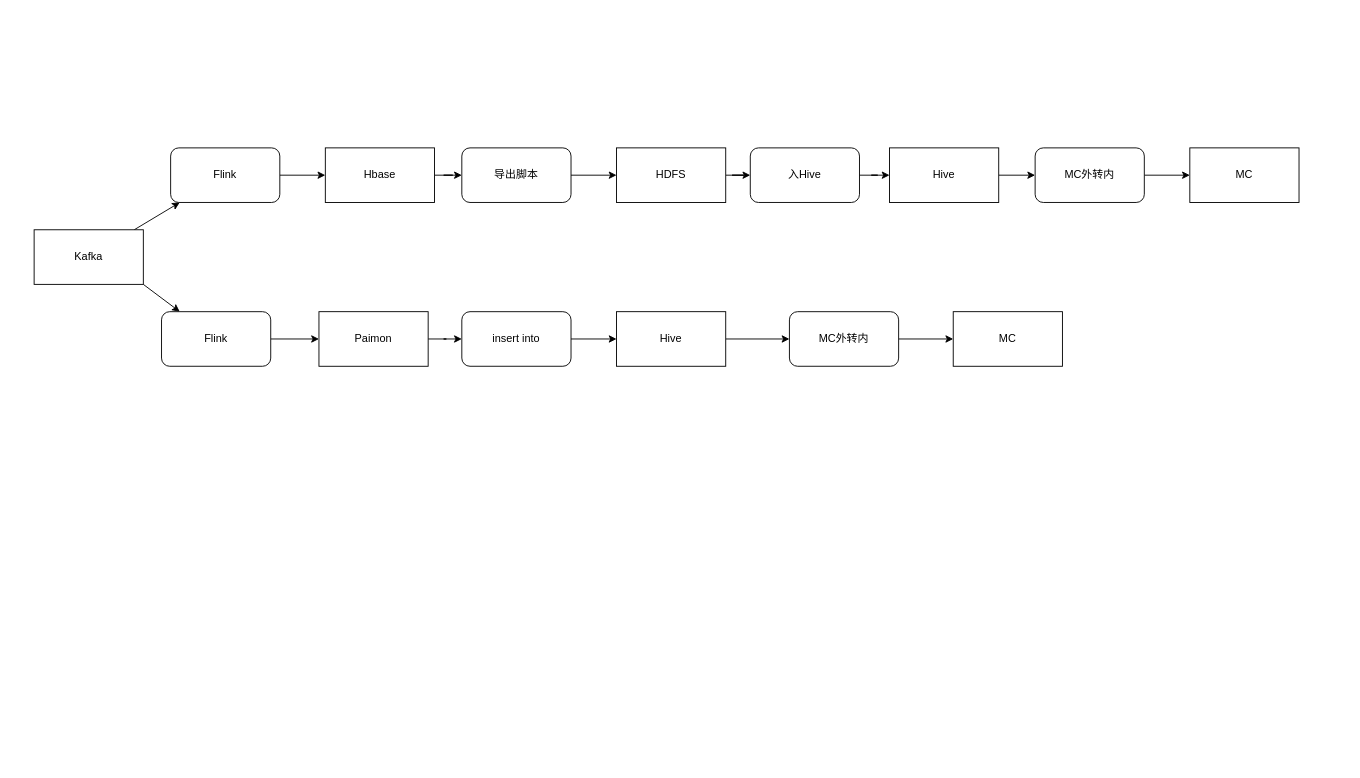
Earlier version of the draw.io diagram CDH迁移示意图.drawio (ZuoZhiGouYouZhi/First). Source tidied: cells renumbered, new cells numbered last; positions are measured from the earlier drawing's top-left corner, leaving out a move shared by most shapes. Both pictures are drawn from the tidied source at 91%, with x=0, y=0 at pixel (34, 147).
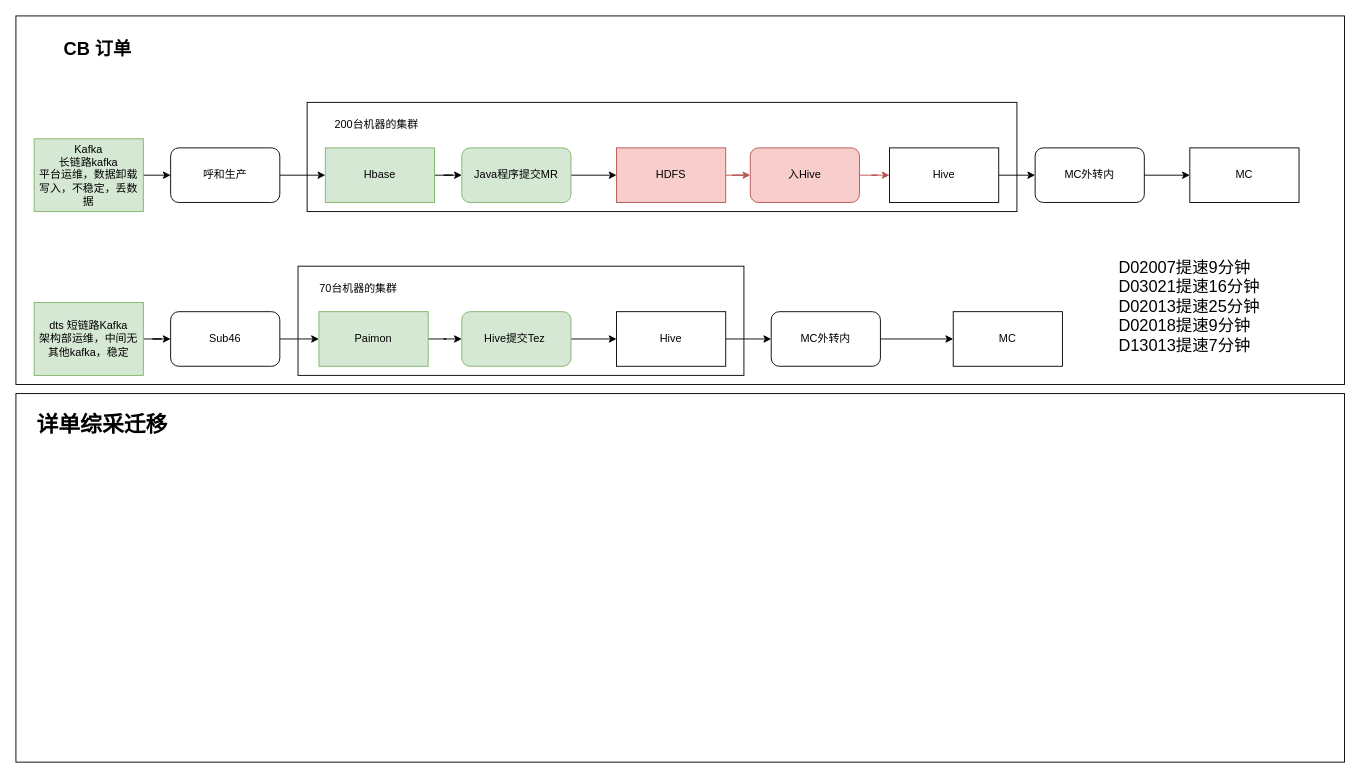
After the change.

Unchanged cells that the change refers to:
```xml
<mxCell id="16" value="Hive" style="rounded=0;whiteSpace=wrap;html=1;" parent="1" vertex="1">
  <mxGeometry x="940" width="120" height="60" as="geometry" />
</mxCell>
```

The edit, as a diff of the source:
```diff
@@
+    <mxCell id="31" style="rounded=0;whiteSpace=wrap;html=1;" parent="1" vertex="1">
+      <mxGeometry x="-20" y="270" width="1460" height="405" as="geometry" />
+    </mxCell>
+    <mxCell id="32" style="rounded=0;whiteSpace=wrap;html=1;" parent="1" vertex="1">
+      <mxGeometry x="-20" y="-145" width="1460" height="405" as="geometry" />
+    </mxCell>
+    <mxCell id="33" style="rounded=0;whiteSpace=wrap;html=1;" parent="1" vertex="1">
+      <mxGeometry x="290" y="130" width="490" height="120" as="geometry" />
+    </mxCell>
+    <mxCell id="34" style="rounded=0;whiteSpace=wrap;html=1;" parent="1" vertex="1">
+      <mxGeometry x="300" y="-50" width="780" height="120" as="geometry" />
+    </mxCell>
@@
-    <mxCell id="3" style="rounded=0;jettySize=auto;html=1;exitX=1;exitY=1;exitDx=0;exitDy=0;" parent="1" edge="1" source="4" target="21">
-      <mxGeometry relative="1" as="geometry" />
-    </mxCell>
-    <mxCell id="4" value="Kafka" style="rounded=0;whiteSpace=wrap;html=1;" parent="1" vertex="1">
-      <mxGeometry y="90" width="120" height="60" as="geometry" />
+    <mxCell id="4" value="Kafka&lt;div&gt;长链路kafka&lt;/div&gt;&lt;div&gt;平台运维，数据卸载写入，不稳定，丢数据&lt;/div&gt;" style="rounded=0;whiteSpace=wrap;html=1;fillColor=#d5e8d4;strokeColor=#82b366;" parent="1" vertex="1">
+      <mxGeometry y="-10" width="120" height="80" as="geometry" />
     </mxCell>
@@
-    <mxCell id="6" value="Flink" style="rounded=1;whiteSpace=wrap;html=1;" parent="1" vertex="1">
+    <mxCell id="6" value="呼和生产" style="rounded=1;whiteSpace=wrap;html=1;" parent="1" vertex="1">
       <mxGeometry x="150" width="120" height="60" as="geometry" />
     </mxCell>
@@
-    <mxCell id="8" value="Hbase" style="rounded=0;whiteSpace=wrap;html=1;" parent="1" vertex="1">
+    <mxCell id="8" value="Hbase" style="rounded=0;whiteSpace=wrap;html=1;fillColor=#d5e8d4;strokeColor=#82b366;" parent="1" vertex="1">
       <mxGeometry x="320" width="120" height="60" as="geometry" />
     </mxCell>
@@
-    <mxCell id="10" value="导出脚本" style="rounded=1;whiteSpace=wrap;html=1;" parent="1" vertex="1">
+    <mxCell id="10" value="Java程序提交MR" style="rounded=1;whiteSpace=wrap;html=1;fillColor=#d5e8d4;strokeColor=#82b366;" parent="1" vertex="1">
       <mxGeometry x="470" width="120" height="60" as="geometry" />
     </mxCell>
-    <mxCell id="11" style="edgeStyle=orthogonalEdgeStyle;rounded=0;jettySize=auto;html=1;" parent="1" edge="1" source="12" target="14">
+    <mxCell id="11" style="edgeStyle=orthogonalEdgeStyle;rounded=0;jettySize=auto;html=1;fillColor=#f8cecc;strokeColor=#b85450;" parent="1" edge="1" source="12" target="14">
       <mxGeometry relative="1" as="geometry" />
     </mxCell>
-    <mxCell id="12" value="HDFS" style="rounded=0;whiteSpace=wrap;html=1;" parent="1" vertex="1">
+    <mxCell id="12" value="HDFS" style="rounded=0;whiteSpace=wrap;html=1;fillColor=#f8cecc;strokeColor=#b85450;" parent="1" vertex="1">
       <mxGeometry x="640" width="120" height="60" as="geometry" />
     </mxCell>
-    <mxCell id="13" style="edgeStyle=orthogonalEdgeStyle;rounded=0;jettySize=auto;html=1;" parent="1" edge="1" source="14" target="16">
+    <mxCell id="13" style="edgeStyle=orthogonalEdgeStyle;rounded=0;jettySize=auto;html=1;fillColor=#f8cecc;strokeColor=#b85450;" parent="1" edge="1" source="14" target="16">
       <mxGeometry relative="1" as="geometry" />
     </mxCell>
-    <mxCell id="14" value="入Hive" style="rounded=1;whiteSpace=wrap;html=1;" parent="1" vertex="1">
+    <mxCell id="14" value="入Hive" style="rounded=1;whiteSpace=wrap;html=1;fillColor=#f8cecc;strokeColor=#b85450;" parent="1" vertex="1">
       <mxGeometry x="787" width="120" height="60" as="geometry" />
     </mxCell>
@@
-    <mxCell id="21" value="Flink" style="rounded=1;whiteSpace=wrap;html=1;" parent="1" vertex="1">
-      <mxGeometry x="140" y="180" width="120" height="60" as="geometry" />
+    <mxCell id="21" value="Sub46" style="rounded=1;whiteSpace=wrap;html=1;" parent="1" vertex="1">
+      <mxGeometry x="150" y="180" width="120" height="60" as="geometry" />
     </mxCell>
@@
-    <mxCell id="23" value="Paimon" style="rounded=0;whiteSpace=wrap;html=1;" parent="1" vertex="1">
+    <mxCell id="23" value="Paimon" style="rounded=0;whiteSpace=wrap;html=1;fillColor=#d5e8d4;strokeColor=#82b366;" parent="1" vertex="1">
       <mxGeometry x="313" y="180" width="120" height="60" as="geometry" />
     </mxCell>
@@
-    <mxCell id="25" value="insert into" style="rounded=1;whiteSpace=wrap;html=1;" parent="1" vertex="1">
+    <mxCell id="25" value="Hive提交Tez&amp;nbsp;" style="rounded=1;whiteSpace=wrap;html=1;fillColor=#d5e8d4;strokeColor=#82b366;" parent="1" vertex="1">
       <mxGeometry x="470" y="180" width="120" height="60" as="geometry" />
     </mxCell>
@@
     <mxCell id="30" value="MC外转内" style="rounded=1;whiteSpace=wrap;html=1;" parent="1" vertex="1">
-      <mxGeometry x="830" y="180" width="120" height="60" as="geometry" />
+      <mxGeometry x="810" y="180" width="120" height="60" as="geometry" />
     </mxCell>
+    <mxCell id="35" value="&lt;h1&gt;&lt;font style=&quot;font-size: 20px;&quot;&gt;CB 订单&lt;/font&gt;&lt;/h1&gt;" style="text;html=1;whiteSpace=wrap;strokeColor=none;fillColor=none;align=center;verticalAlign=middle;rounded=0;" parent="1" vertex="1">
+      <mxGeometry x="10" y="-130" width="120" height="40" as="geometry" />
+    </mxCell>
+    <mxCell id="36" style="edgeStyle=orthogonalEdgeStyle;rounded=0;jettySize=auto;html=1;" parent="1" edge="1" source="37" target="21">
+      <mxGeometry relative="1" as="geometry" />
+    </mxCell>
+    <mxCell id="37" value="dts 短链路Kafka&lt;div&gt;架构部运维，中间无其他kafka，稳定&lt;/div&gt;" style="rounded=0;whiteSpace=wrap;html=1;fillColor=#d5e8d4;strokeColor=#82b366;" parent="1" vertex="1">
+      <mxGeometry y="170" width="120" height="80" as="geometry" />
+    </mxCell>
+    <mxCell id="38" value="200台机器的集群" style="text;html=1;whiteSpace=wrap;strokeColor=none;fillColor=none;align=center;verticalAlign=middle;rounded=0;" parent="1" vertex="1">
+      <mxGeometry x="320" y="-40" width="113" height="30" as="geometry" />
+    </mxCell>
+    <mxCell id="39" value="70台机器的集群" style="text;html=1;whiteSpace=wrap;strokeColor=none;fillColor=none;align=center;verticalAlign=middle;rounded=0;" parent="1" vertex="1">
+      <mxGeometry x="300" y="140" width="113" height="30" as="geometry" />
+    </mxCell>
+    <mxCell id="40" value="D02007提速9分钟&lt;div&gt;D03021提速16分钟&lt;/div&gt;&lt;div&gt;D02013提速25分钟&lt;/div&gt;&lt;div&gt;D02018提速9分钟&lt;/div&gt;&lt;div&gt;D13013提速7分钟&lt;/div&gt;" style="text;html=1;whiteSpace=wrap;strokeColor=none;fillColor=none;align=left;verticalAlign=middle;rounded=0;labelBorderColor=none;labelBackgroundColor=none;fontSize=18;" parent="1" vertex="1">
+      <mxGeometry x="1190" y="100" width="220" height="150" as="geometry" />
+    </mxCell>
+    <mxCell id="41" value="&lt;h1&gt;详单综采迁移&lt;/h1&gt;" style="text;html=1;whiteSpace=wrap;strokeColor=none;fillColor=none;align=center;verticalAlign=middle;rounded=0;" parent="1" vertex="1">
+      <mxGeometry y="290" width="150" height="30" as="geometry" />
+    </mxCell>
```
